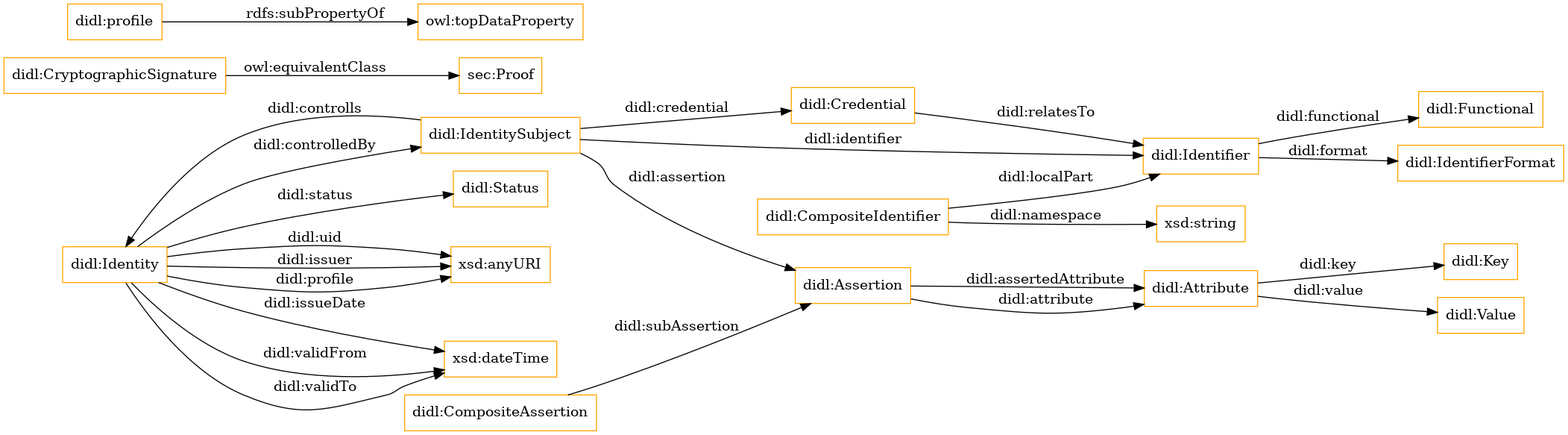
jiahang-chen/didl keeps this Graphviz diagram as OnToology/didl.ttl/diagrams/ar2dtool-class/didl.ttl.png. Above is the earlier version. Its source is kept beside it as OnToology/didl.ttl/diagrams/ar2dtool-class/didl.ttl.png.dot.
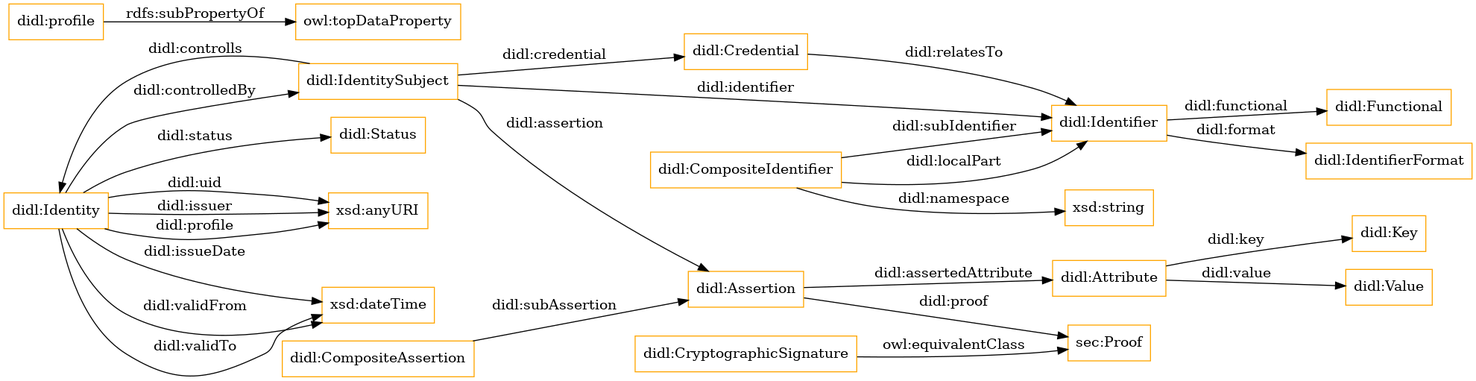
The same file after the commit.

What changed in the source:
```diff
@@ -16,15 +16,16 @@
 	"didl:CompositeIdentifier" -> "xsd:string" [ label = "didl:namespace" ];
 	"didl:CompositeAssertion" -> "didl:Assertion" [ label = "didl:subAssertion" ];
 	"didl:Attribute" -> "didl:Key" [ label = "didl:key" ];
+	"didl:CompositeIdentifier" -> "didl:Identifier" [ label = "didl:subIdentifier" ];
 	"didl:Assertion" -> "didl:Attribute" [ label = "didl:assertedAttribute" ];
 	"didl:Identity" -> "xsd:anyURI" [ label = "didl:issuer" ];
 	"didl:Identity" -> "xsd:dateTime" [ label = "didl:validFrom" ];
-	"didl:Assertion" -> "didl:Attribute" [ label = "didl:attribute" ];
 	"didl:Identity" -> "xsd:anyURI" [ label = "didl:profile" ];
 	"didl:IdentitySubject" -> "didl:Identity" [ label = "didl:controlls" ];
 	"didl:Credential" -> "didl:Identifier" [ label = "didl:relatesTo" ];
 	"didl:IdentitySubject" -> "didl:Credential" [ label = "didl:credential" ];
 	"didl:IdentitySubject" -> "didl:Assertion" [ label = "didl:assertion" ];
 	"didl:Identity" -> "xsd:dateTime" [ label = "didl:validTo" ];
+	"didl:Assertion" -> "sec:Proof" [ label = "didl:proof" ];
 
 }
```
